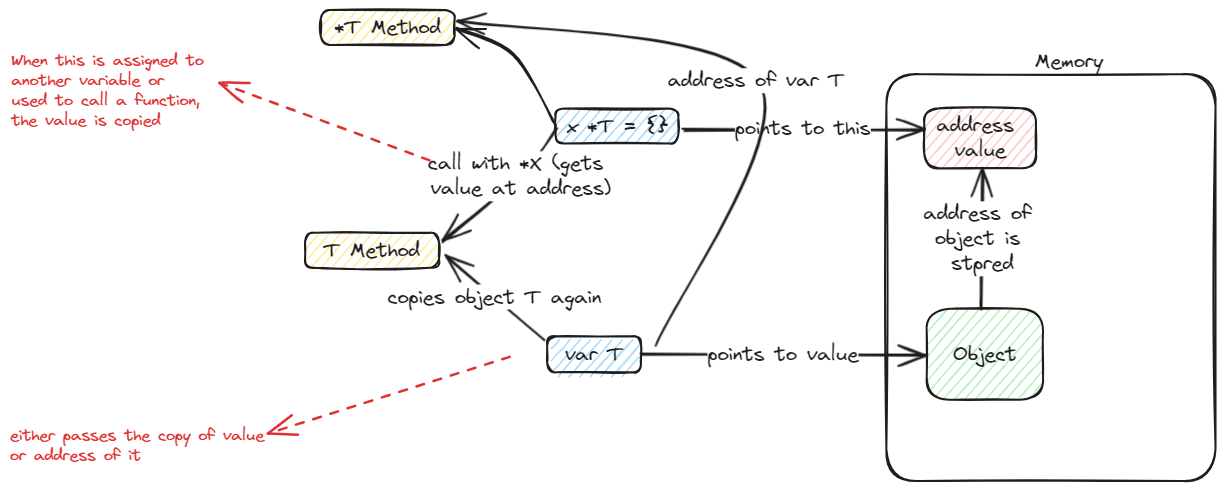
swaroopar/inprogress-engineer keeps this Excalidraw diagram as static/img/golang-pointers.excalidraw.png. Above is the earlier version. Source tidied: one line per element, renumbered; positions are measured from the earlier drawing's top-left corner, leaving out a move shared by most shapes. The source it was exported from:
```json
{"id": 0, "type": "rectangle", "strokeColor": "#1e1e1e", "strokeWidth": 2, "roughness": 1, "round": true, "x": 876, "y": 64, "width": 329, "height": 407}
{"id": 1, "type": "text", "text": "Memory", "strokeColor": "#1e1e1e", "strokeWidth": 2, "roughness": 1, "fontSize": 20, "fontFamily": 1, "x": 1025, "y": 39, "width": 68, "height": 25}
{"id": 2, "type": "rectangle", "strokeColor": "#1e1e1e", "backgroundColor": "#a5d8ff", "fillStyle": "hachure", "strokeWidth": 2, "roughness": 1, "round": true, "x": 546, "y": 99, "width": 123, "height": 35}
{"id": 3, "type": "text", "text": "x *T = {}", "strokeColor": "#1e1e1e", "strokeWidth": 2, "roughness": 1, "fontSize": 20, "fontFamily": 1, "textAlign": "center", "verticalAlign": "middle", "inside": 2, "x": 556, "y": 104, "width": 101, "height": 25}
{"id": 4, "type": "rectangle", "strokeColor": "#1e1e1e", "backgroundColor": "#ffc9c9", "fillStyle": "hachure", "strokeWidth": 2, "roughness": 1, "round": true, "x": 914, "y": 98, "width": 112, "height": 60}
{"id": 5, "type": "text", "text": "address \nvalue", "strokeColor": "#1e1e1e", "strokeWidth": 2, "roughness": 1, "fontSize": 20, "fontFamily": 1, "textAlign": "center", "verticalAlign": "middle", "inside": 4, "x": 926, "y": 103, "width": 87, "height": 50}
{"id": 6, "type": "rectangle", "strokeColor": "#1e1e1e", "backgroundColor": "#b2f2bb", "fillStyle": "hachure", "strokeWidth": 2, "roughness": 1, "round": true, "x": 917, "y": 299, "width": 116, "height": 91}
{"id": 7, "type": "text", "text": "Object", "strokeColor": "#1e1e1e", "strokeWidth": 2, "roughness": 1, "fontSize": 20, "fontFamily": 1, "textAlign": "center", "verticalAlign": "middle", "inside": 6, "x": 943, "y": 332, "width": 64, "height": 25}
{"id": 8, "type": "arrow", "strokeColor": "#1e1e1e", "strokeWidth": 2, "roughness": 1, "endArrowhead": "arrow", "round": true, "from": 6, "to": 4, "x": 971, "y": 298, "width": 3, "height": 139, "points": [[0, 0], [3, -139]]}
{"id": 9, "type": "text", "text": "address of \nobject is \nstpred", "strokeColor": "#1e1e1e", "strokeWidth": 2, "roughness": 1, "fontSize": 20, "fontFamily": 1, "textAlign": "center", "verticalAlign": "middle", "inside": 8, "x": 912, "y": 208, "width": 118, "height": 75}
{"id": 10, "type": "arrow", "strokeColor": "#1e1e1e", "strokeWidth": 2, "roughness": 1, "endArrowhead": "arrow", "round": true, "from": 2, "to": 4, "x": 672, "y": 119, "width": 241, "height": 0, "points": [[0, 0], [241, 0]]}
{"id": 11, "type": "text", "text": "points to this", "strokeColor": "#1e1e1e", "strokeWidth": 2, "roughness": 1, "fontSize": 20, "fontFamily": 1, "textAlign": "center", "verticalAlign": "middle", "inside": 10, "x": 710, "y": 106, "width": 136, "height": 25}
{"id": 12, "type": "rectangle", "strokeColor": "#1e1e1e", "backgroundColor": "#a5d8ff", "fillStyle": "hachure", "strokeWidth": 2, "roughness": 1, "round": true, "x": 537, "y": 326, "width": 94, "height": 36}
{"id": 13, "type": "text", "text": "var T", "strokeColor": "#1e1e1e", "strokeWidth": 2, "roughness": 1, "fontSize": 20, "fontFamily": 1, "textAlign": "center", "verticalAlign": "middle", "inside": 12, "x": 555, "y": 332, "width": 58, "height": 25}
{"id": 14, "type": "arrow", "strokeColor": "#1e1e1e", "strokeWidth": 2, "roughness": 1, "endArrowhead": "arrow", "round": true, "x": 631, "y": 344, "width": 284, "height": 0, "points": [[0, 0], [284, 0]]}
{"id": 15, "type": "text", "text": "points to value", "strokeColor": "#1e1e1e", "strokeWidth": 2, "roughness": 1, "fontSize": 20, "fontFamily": 1, "textAlign": "center", "verticalAlign": "middle", "inside": 14, "x": 698, "y": 332, "width": 151, "height": 25}
{"id": 16, "type": "arrow", "strokeColor": "#1e1e1e", "strokeWidth": 2, "roughness": 1, "endArrowhead": "arrow", "round": true, "from": 2, "to": 17, "x": 545, "y": 115, "width": 98, "height": 96, "points": [[0, 0], [-41, -70], [-98, -96]]}
{"id": 17, "type": "rectangle", "strokeColor": "#1e1e1e", "backgroundColor": "#ffec99", "fillStyle": "hachure", "strokeWidth": 2, "roughness": 1, "round": true, "x": 311, "y": 0, "width": 134, "height": 35}
{"id": 18, "type": "text", "text": "*T Method", "strokeColor": "#1e1e1e", "strokeWidth": 2, "roughness": 1, "fontSize": 20, "fontFamily": 1, "textAlign": "center", "verticalAlign": "middle", "inside": 17, "x": 325, "y": 5, "width": 106, "height": 25}
{"id": 19, "type": "rectangle", "strokeColor": "#1e1e1e", "backgroundColor": "#ffec99", "fillStyle": "hachure", "strokeWidth": 2, "roughness": 1, "round": true, "x": 295, "y": 223, "width": 134, "height": 35}
{"id": 20, "type": "text", "text": "T Method", "strokeColor": "#1e1e1e", "strokeWidth": 2, "roughness": 1, "fontSize": 20, "fontFamily": 1, "textAlign": "center", "verticalAlign": "middle", "inside": 19, "x": 314, "y": 228, "width": 96, "height": 25}
{"id": 21, "type": "arrow", "strokeColor": "#1e1e1e", "strokeWidth": 2, "roughness": 1, "endArrowhead": "arrow", "round": true, "to": 19, "x": 546, "y": 117, "width": 115, "height": 115, "points": [[0, 0], [-35, 49], [-115, 115]]}
{"id": 22, "type": "text", "text": "call with *X (gets \nvalue at address)", "strokeColor": "#1e1e1e", "strokeWidth": 2, "roughness": 1, "fontSize": 20, "fontFamily": 1, "textAlign": "center", "verticalAlign": "middle", "inside": 21, "x": 418, "y": 141, "width": 185, "height": 50}
{"id": 23, "type": "text", "text": "When this is assigned to \nanother variable or \nused to call a function, \nthe value is copied", "strokeColor": "#e03131", "strokeWidth": 2, "roughness": 1, "fontSize": 16, "fontFamily": 1, "x": 1, "y": 41, "width": 200, "height": 80}
{"id": 24, "type": "arrow", "strokeColor": "#e03131", "strokeWidth": 2, "strokeStyle": "dashed", "roughness": 1, "endArrowhead": "arrow", "round": true, "to": 23, "x": 420, "y": 152, "width": 211, "height": 78, "points": [[0, 0], [-211, -78]]}
{"id": 25, "type": "arrow", "strokeColor": "#1e1e1e", "strokeWidth": 2, "roughness": 1, "endArrowhead": "arrow", "round": true, "from": 12, "to": 19, "x": 533, "y": 328, "width": 97, "height": 82, "points": [[0, 0], [-97, -82]]}
{"id": 26, "type": "text", "text": "copies object T again", "strokeColor": "#1e1e1e", "strokeWidth": 2, "roughness": 1, "fontSize": 20, "fontFamily": 1, "textAlign": "center", "verticalAlign": "middle", "inside": 25, "x": 377, "y": 275, "width": 214, "height": 25}
{"id": 27, "type": "text", "text": "either passes the copy of value\nor address of it", "strokeColor": "#e03131", "strokeWidth": 2, "roughness": 1, "fontSize": 16, "fontFamily": 1, "x": 0, "y": 416, "width": 254, "height": 40}
{"id": 28, "type": "arrow", "strokeColor": "#e03131", "strokeWidth": 2, "strokeStyle": "dashed", "roughness": 0, "endArrowhead": "arrow", "round": true, "to": 27, "x": 500, "y": 347, "width": 242, "height": 77, "points": [[0, 0], [-242, 77]]}
{"id": 29, "type": "arrow", "strokeColor": "#1e1e1e", "strokeWidth": 2, "roughness": 1, "endArrowhead": "arrow", "round": true, "from": 12, "x": 642, "y": 333, "width": 302, "height": 323, "points": [[0, 0], [104, -262], [-198, -323]]}
{"id": 30, "type": "text", "text": "address of var T", "strokeColor": "#1e1e1e", "strokeWidth": 2, "roughness": 1, "fontSize": 20, "fontFamily": 1, "textAlign": "center", "verticalAlign": "middle", "inside": 29, "x": 658, "y": 58, "width": 177, "height": 25}
```
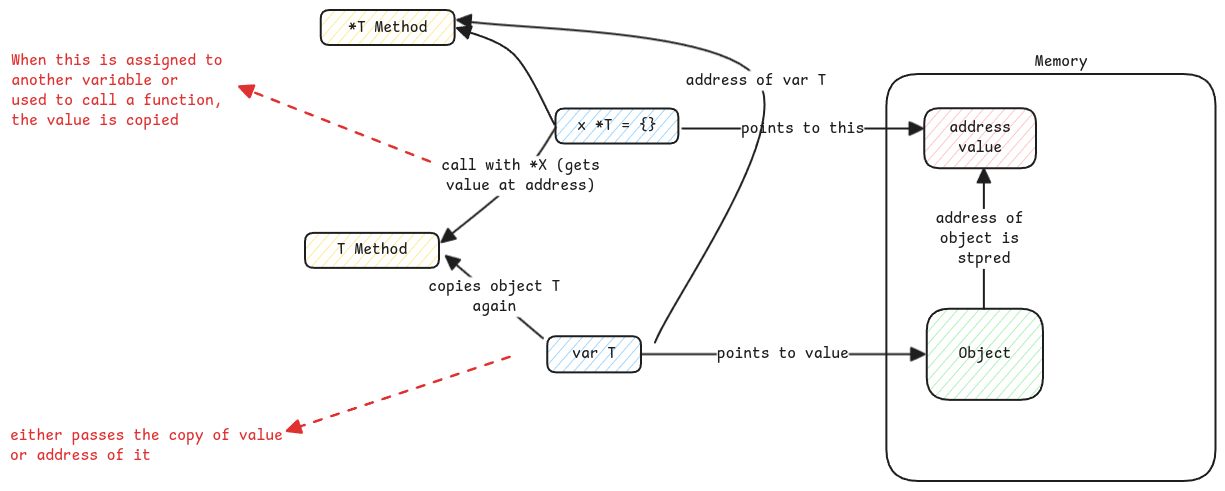
After the commit.

What changed in the source:
```diff
@@ -1,31 +1,31 @@
-{"id": 0, "type": "rectangle", "strokeColor": "#1e1e1e", "strokeWidth": 2, "roughness": 1, "round": true, "x": 876, "y": 64, "width": 329, "height": 407}
+{"id": 0, "type": "rectangle", "strokeColor": "#1e1e1e", "strokeWidth": 2, "roughness": 0, "round": true, "x": 876, "y": 64, "width": 329, "height": 407}
-{"id": 1, "type": "text", "text": "Memory", "strokeColor": "#1e1e1e", "strokeWidth": 2, "roughness": 1, "fontSize": 20, "fontFamily": 1, "x": 1025, "y": 39, "width": 68, "height": 25}
+{"id": 1, "type": "text", "text": "Memory", "strokeColor": "#1e1e1e", "strokeWidth": 2, "roughness": 0, "fontSize": 16, "fontFamily": 8, "x": 1025, "y": 42, "width": 53, "height": 20}
-{"id": 2, "type": "rectangle", "strokeColor": "#1e1e1e", "backgroundColor": "#a5d8ff", "fillStyle": "hachure", "strokeWidth": 2, "roughness": 1, "round": true, "x": 546, "y": 99, "width": 123, "height": 35}
+{"id": 2, "type": "rectangle", "strokeColor": "#1e1e1e", "backgroundColor": "#a5d8ff", "fillStyle": "hachure", "strokeWidth": 2, "roughness": 0, "round": true, "x": 546, "y": 99, "width": 123, "height": 35}
-{"id": 3, "type": "text", "text": "x *T = {}", "strokeColor": "#1e1e1e", "strokeWidth": 2, "roughness": 1, "fontSize": 20, "fontFamily": 1, "textAlign": "center", "verticalAlign": "middle", "inside": 2, "x": 556, "y": 104, "width": 101, "height": 25}
+{"id": 3, "type": "text", "text": "x *T = {}", "strokeColor": "#1e1e1e", "strokeWidth": 2, "roughness": 1, "fontSize": 16, "fontFamily": 8, "textAlign": "center", "verticalAlign": "middle", "inside": 2, "x": 567, "y": 106, "width": 79, "height": 20}
-{"id": 4, "type": "rectangle", "strokeColor": "#1e1e1e", "backgroundColor": "#ffc9c9", "fillStyle": "hachure", "strokeWidth": 2, "roughness": 1, "round": true, "x": 914, "y": 98, "width": 112, "height": 60}
+{"id": 4, "type": "rectangle", "strokeColor": "#1e1e1e", "backgroundColor": "#ffc9c9", "fillStyle": "hachure", "strokeWidth": 2, "roughness": 0, "round": true, "x": 914, "y": 98, "width": 112, "height": 60}
-{"id": 5, "type": "text", "text": "address \nvalue", "strokeColor": "#1e1e1e", "strokeWidth": 2, "roughness": 1, "fontSize": 20, "fontFamily": 1, "textAlign": "center", "verticalAlign": "middle", "inside": 4, "x": 926, "y": 103, "width": 87, "height": 50}
+{"id": 5, "type": "text", "text": "address\nvalue", "strokeColor": "#1e1e1e", "strokeWidth": 2, "roughness": 1, "fontSize": 16, "fontFamily": 8, "textAlign": "center", "verticalAlign": "middle", "inside": 4, "x": 939, "y": 108, "width": 62, "height": 40}
-{"id": 6, "type": "rectangle", "strokeColor": "#1e1e1e", "backgroundColor": "#b2f2bb", "fillStyle": "hachure", "strokeWidth": 2, "roughness": 1, "round": true, "x": 917, "y": 299, "width": 116, "height": 91}
+{"id": 6, "type": "rectangle", "strokeColor": "#1e1e1e", "backgroundColor": "#b2f2bb", "fillStyle": "hachure", "strokeWidth": 2, "roughness": 0, "round": true, "x": 917, "y": 299, "width": 116, "height": 91}
-{"id": 7, "type": "text", "text": "Object", "strokeColor": "#1e1e1e", "strokeWidth": 2, "roughness": 1, "fontSize": 20, "fontFamily": 1, "textAlign": "center", "verticalAlign": "middle", "inside": 6, "x": 943, "y": 332, "width": 64, "height": 25}
+{"id": 7, "type": "text", "text": "Object", "strokeColor": "#1e1e1e", "strokeWidth": 2, "roughness": 1, "fontSize": 16, "fontFamily": 8, "textAlign": "center", "verticalAlign": "middle", "inside": 6, "x": 948, "y": 334, "width": 53, "height": 20}
-{"id": 8, "type": "arrow", "strokeColor": "#1e1e1e", "strokeWidth": 2, "roughness": 1, "endArrowhead": "arrow", "round": true, "from": 6, "to": 4, "x": 971, "y": 298, "width": 3, "height": 139, "points": [[0, 0], [3, -139]]}
+{"id": 8, "type": "arrow", "strokeColor": "#1e1e1e", "strokeWidth": 2, "roughness": 0, "endArrowhead": "triangle", "to": 4, "x": 974, "y": 299, "width": 0, "height": 140, "points": [[0, 0], [0, -140]]}
-{"id": 9, "type": "text", "text": "address of \nobject is \nstpred", "strokeColor": "#1e1e1e", "strokeWidth": 2, "roughness": 1, "fontSize": 20, "fontFamily": 1, "textAlign": "center", "verticalAlign": "middle", "inside": 8, "x": 912, "y": 208, "width": 118, "height": 75}
+{"id": 9, "type": "text", "text": "address of \nobject is \nstpred", "strokeColor": "#1e1e1e", "strokeWidth": 2, "roughness": 1, "fontSize": 16, "fontFamily": 8, "textAlign": "center", "verticalAlign": "middle", "inside": 8, "x": 924, "y": 199, "width": 97, "height": 60}
-{"id": 10, "type": "arrow", "strokeColor": "#1e1e1e", "strokeWidth": 2, "roughness": 1, "endArrowhead": "arrow", "round": true, "from": 2, "to": 4, "x": 672, "y": 119, "width": 241, "height": 0, "points": [[0, 0], [241, 0]]}
+{"id": 10, "type": "arrow", "strokeColor": "#1e1e1e", "strokeWidth": 2, "roughness": 0, "endArrowhead": "triangle", "round": true, "from": 2, "to": 4, "x": 672, "y": 119, "width": 241, "height": 0, "points": [[0, 0], [241, 0]]}
-{"id": 11, "type": "text", "text": "points to this", "strokeColor": "#1e1e1e", "strokeWidth": 2, "roughness": 1, "fontSize": 20, "fontFamily": 1, "textAlign": "center", "verticalAlign": "middle", "inside": 10, "x": 710, "y": 106, "width": 136, "height": 25}
+{"id": 11, "type": "text", "text": "points to this", "strokeColor": "#1e1e1e", "strokeWidth": 2, "roughness": 1, "fontSize": 16, "fontFamily": 8, "textAlign": "center", "verticalAlign": "middle", "inside": 10, "x": 731, "y": 109, "width": 123, "height": 20}
-{"id": 12, "type": "rectangle", "strokeColor": "#1e1e1e", "backgroundColor": "#a5d8ff", "fillStyle": "hachure", "strokeWidth": 2, "roughness": 1, "round": true, "x": 537, "y": 326, "width": 94, "height": 36}
+{"id": 12, "type": "rectangle", "strokeColor": "#1e1e1e", "backgroundColor": "#a5d8ff", "fillStyle": "hachure", "strokeWidth": 2, "roughness": 0, "round": true, "x": 537, "y": 326, "width": 94, "height": 36}
-{"id": 13, "type": "text", "text": "var T", "strokeColor": "#1e1e1e", "strokeWidth": 2, "roughness": 1, "fontSize": 20, "fontFamily": 1, "textAlign": "center", "verticalAlign": "middle", "inside": 12, "x": 555, "y": 332, "width": 58, "height": 25}
+{"id": 13, "type": "text", "text": "var T", "strokeColor": "#1e1e1e", "strokeWidth": 2, "roughness": 1, "fontSize": 16, "fontFamily": 8, "textAlign": "center", "verticalAlign": "middle", "inside": 12, "x": 562, "y": 334, "width": 44, "height": 20}
-{"id": 14, "type": "arrow", "strokeColor": "#1e1e1e", "strokeWidth": 2, "roughness": 1, "endArrowhead": "arrow", "round": true, "x": 631, "y": 344, "width": 284, "height": 0, "points": [[0, 0], [284, 0]]}
+{"id": 14, "type": "arrow", "strokeColor": "#1e1e1e", "strokeWidth": 2, "roughness": 0, "endArrowhead": "triangle", "round": true, "x": 631, "y": 344, "width": 284, "height": 0, "points": [[0, 0], [284, 0]]}
-{"id": 15, "type": "text", "text": "points to value", "strokeColor": "#1e1e1e", "strokeWidth": 2, "roughness": 1, "fontSize": 20, "fontFamily": 1, "textAlign": "center", "verticalAlign": "middle", "inside": 14, "x": 698, "y": 332, "width": 151, "height": 25}
+{"id": 15, "type": "text", "text": "points to value", "strokeColor": "#1e1e1e", "strokeWidth": 2, "roughness": 1, "fontSize": 16, "fontFamily": 8, "textAlign": "center", "verticalAlign": "middle", "inside": 14, "x": 707, "y": 334, "width": 132, "height": 20}
-{"id": 16, "type": "arrow", "strokeColor": "#1e1e1e", "strokeWidth": 2, "roughness": 1, "endArrowhead": "arrow", "round": true, "from": 2, "to": 17, "x": 545, "y": 115, "width": 98, "height": 96, "points": [[0, 0], [-41, -70], [-98, -96]]}
+{"id": 16, "type": "arrow", "strokeColor": "#1e1e1e", "strokeWidth": 2, "roughness": 0, "endArrowhead": "triangle", "round": true, "from": 2, "to": 17, "x": 545, "y": 115, "width": 98, "height": 96, "points": [[0, 0], [-41, -70], [-98, -96]]}
-{"id": 17, "type": "rectangle", "strokeColor": "#1e1e1e", "backgroundColor": "#ffec99", "fillStyle": "hachure", "strokeWidth": 2, "roughness": 1, "round": true, "x": 311, "y": 0, "width": 134, "height": 35}
+{"id": 17, "type": "rectangle", "strokeColor": "#1e1e1e", "backgroundColor": "#ffec99", "fillStyle": "hachure", "strokeWidth": 2, "roughness": 0, "round": true, "x": 311, "y": 0, "width": 134, "height": 35}
-{"id": 18, "type": "text", "text": "*T Method", "strokeColor": "#1e1e1e", "strokeWidth": 2, "roughness": 1, "fontSize": 20, "fontFamily": 1, "textAlign": "center", "verticalAlign": "middle", "inside": 17, "x": 325, "y": 5, "width": 106, "height": 25}
+{"id": 18, "type": "text", "text": "*T Method", "strokeColor": "#1e1e1e", "strokeWidth": 2, "roughness": 1, "fontSize": 16, "fontFamily": 8, "textAlign": "center", "verticalAlign": "middle", "inside": 17, "x": 338, "y": 8, "width": 79, "height": 20}
-{"id": 19, "type": "rectangle", "strokeColor": "#1e1e1e", "backgroundColor": "#ffec99", "fillStyle": "hachure", "strokeWidth": 2, "roughness": 1, "round": true, "x": 295, "y": 223, "width": 134, "height": 35}
+{"id": 19, "type": "rectangle", "strokeColor": "#1e1e1e", "backgroundColor": "#ffec99", "fillStyle": "hachure", "strokeWidth": 2, "roughness": 0, "round": true, "x": 295, "y": 223, "width": 134, "height": 35}
-{"id": 20, "type": "text", "text": "T Method", "strokeColor": "#1e1e1e", "strokeWidth": 2, "roughness": 1, "fontSize": 20, "fontFamily": 1, "textAlign": "center", "verticalAlign": "middle", "inside": 19, "x": 314, "y": 228, "width": 96, "height": 25}
+{"id": 20, "type": "text", "text": "T Method", "strokeColor": "#1e1e1e", "strokeWidth": 2, "roughness": 1, "fontSize": 16, "fontFamily": 8, "textAlign": "center", "verticalAlign": "middle", "inside": 19, "x": 327, "y": 230, "width": 70, "height": 20}
-{"id": 21, "type": "arrow", "strokeColor": "#1e1e1e", "strokeWidth": 2, "roughness": 1, "endArrowhead": "arrow", "round": true, "to": 19, "x": 546, "y": 117, "width": 115, "height": 115, "points": [[0, 0], [-35, 49], [-115, 115]]}
+{"id": 21, "type": "arrow", "strokeColor": "#1e1e1e", "strokeWidth": 2, "roughness": 0, "endArrowhead": "triangle", "round": true, "to": 19, "x": 546, "y": 117, "width": 115, "height": 115, "points": [[0, 0], [-35, 49], [-115, 115]]}
-{"id": 22, "type": "text", "text": "call with *X (gets \nvalue at address)", "strokeColor": "#1e1e1e", "strokeWidth": 2, "roughness": 1, "fontSize": 20, "fontFamily": 1, "textAlign": "center", "verticalAlign": "middle", "inside": 21, "x": 418, "y": 141, "width": 185, "height": 50}
+{"id": 22, "type": "text", "text": "call with *X (gets\nvalue at address)", "strokeColor": "#1e1e1e", "strokeWidth": 2, "roughness": 1, "fontSize": 16, "fontFamily": 8, "textAlign": "center", "verticalAlign": "middle", "inside": 21, "x": 431, "y": 146, "width": 158, "height": 40}
-{"id": 23, "type": "text", "text": "When this is assigned to \nanother variable or \nused to call a function, \nthe value is copied", "strokeColor": "#e03131", "strokeWidth": 2, "roughness": 1, "fontSize": 16, "fontFamily": 1, "x": 1, "y": 41, "width": 200, "height": 80}
+{"id": 23, "type": "text", "text": "When this is assigned to \nanother variable or \nused to call a function, \nthe value is copied", "strokeColor": "#e03131", "strokeWidth": 2, "roughness": 0, "fontSize": 16, "fontFamily": 8, "x": 1, "y": 41, "width": 220, "height": 80}
-{"id": 24, "type": "arrow", "strokeColor": "#e03131", "strokeWidth": 2, "strokeStyle": "dashed", "roughness": 1, "endArrowhead": "arrow", "round": true, "to": 23, "x": 420, "y": 152, "width": 211, "height": 78, "points": [[0, 0], [-211, -78]]}
+{"id": 24, "type": "arrow", "strokeColor": "#e03131", "strokeWidth": 2, "strokeStyle": "dashed", "roughness": 0, "endArrowhead": "triangle", "round": true, "to": 23, "x": 420, "y": 152, "width": 191, "height": 75, "points": [[0, 0], [-191, -75]]}
-{"id": 25, "type": "arrow", "strokeColor": "#1e1e1e", "strokeWidth": 2, "roughness": 1, "endArrowhead": "arrow", "round": true, "from": 12, "to": 19, "x": 533, "y": 328, "width": 97, "height": 82, "points": [[0, 0], [-97, -82]]}
+{"id": 25, "type": "arrow", "strokeColor": "#1e1e1e", "strokeWidth": 2, "roughness": 0, "endArrowhead": "triangle", "round": true, "from": 12, "to": 19, "x": 533, "y": 328, "width": 97, "height": 82, "points": [[0, 0], [-97, -82]]}
-{"id": 26, "type": "text", "text": "copies object T again", "strokeColor": "#1e1e1e", "strokeWidth": 2, "roughness": 1, "fontSize": 20, "fontFamily": 1, "textAlign": "center", "verticalAlign": "middle", "inside": 25, "x": 377, "y": 275, "width": 214, "height": 25}
+{"id": 26, "type": "text", "text": "copies object T\nagain", "strokeColor": "#1e1e1e", "strokeWidth": 2, "roughness": 1, "fontSize": 16, "fontFamily": 8, "textAlign": "center", "verticalAlign": "middle", "inside": 25, "x": 418, "y": 267, "width": 132, "height": 40}
-{"id": 27, "type": "text", "text": "either passes the copy of value\nor address of it", "strokeColor": "#e03131", "strokeWidth": 2, "roughness": 1, "fontSize": 16, "fontFamily": 1, "x": 0, "y": 416, "width": 254, "height": 40}
+{"id": 27, "type": "text", "text": "either passes the copy of value\nor address of it", "strokeColor": "#e03131", "strokeWidth": 2, "roughness": 0, "fontSize": 16, "fontFamily": 8, "x": 0, "y": 416, "width": 273, "height": 40}
-{"id": 28, "type": "arrow", "strokeColor": "#e03131", "strokeWidth": 2, "strokeStyle": "dashed", "roughness": 0, "endArrowhead": "arrow", "round": true, "to": 27, "x": 500, "y": 347, "width": 242, "height": 77, "points": [[0, 0], [-242, 77]]}
+{"id": 28, "type": "arrow", "strokeColor": "#e03131", "strokeWidth": 2, "strokeStyle": "dashed", "roughness": 0, "endArrowhead": "triangle", "round": true, "to": 27, "x": 500, "y": 347, "width": 223, "height": 74, "points": [[0, 0], [-223, 74]]}
-{"id": 29, "type": "arrow", "strokeColor": "#1e1e1e", "strokeWidth": 2, "roughness": 1, "endArrowhead": "arrow", "round": true, "from": 12, "x": 642, "y": 333, "width": 302, "height": 323, "points": [[0, 0], [104, -262], [-198, -323]]}
+{"id": 29, "type": "arrow", "strokeColor": "#1e1e1e", "strokeWidth": 2, "roughness": 0, "endArrowhead": "triangle", "round": true, "from": 12, "x": 642, "y": 333, "width": 302, "height": 323, "points": [[0, 0], [104, -262], [-198, -323]]}
-{"id": 30, "type": "text", "text": "address of var T", "strokeColor": "#1e1e1e", "strokeWidth": 2, "roughness": 1, "fontSize": 20, "fontFamily": 1, "textAlign": "center", "verticalAlign": "middle", "inside": 29, "x": 658, "y": 58, "width": 177, "height": 25}
+{"id": 30, "type": "text", "text": "address of var T", "strokeColor": "#1e1e1e", "strokeWidth": 2, "roughness": 1, "fontSize": 16, "fontFamily": 8, "textAlign": "center", "verticalAlign": "middle", "inside": 29, "x": 676, "y": 61, "width": 141, "height": 20}
```
